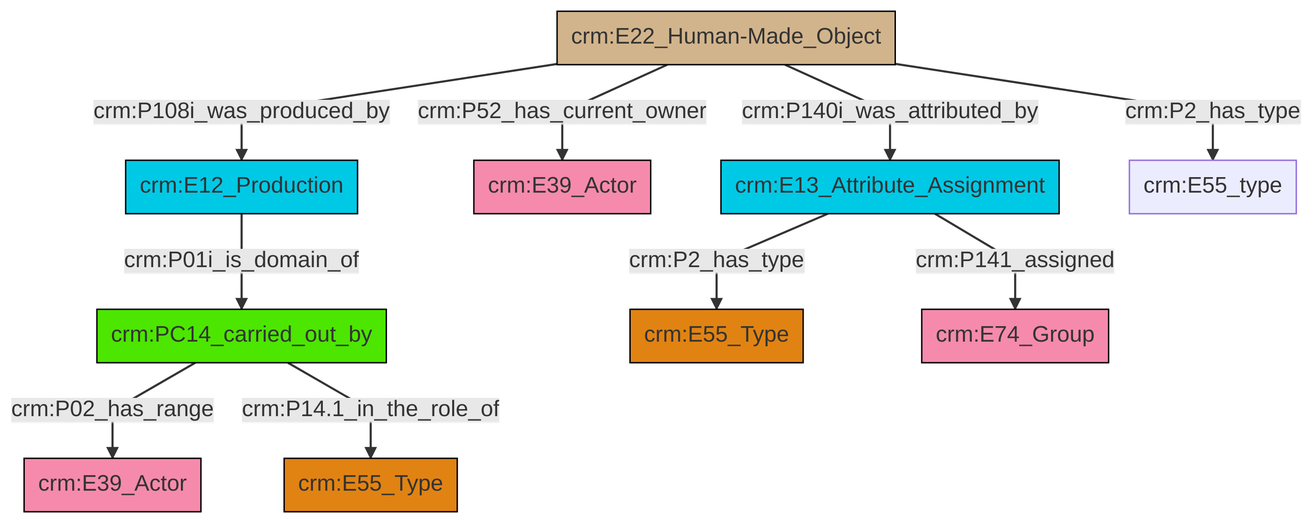
Above: et/builtWorkCSV/ttl/mmd/png/Built_Work_actor_relations.png in swiss-art-research-net/reference-data-models (Mermaid), before the change. Its source is kept beside it as et/builtWorkCSV/ttl/mmd/Built_Work_actor_relations.ttl.mmd.
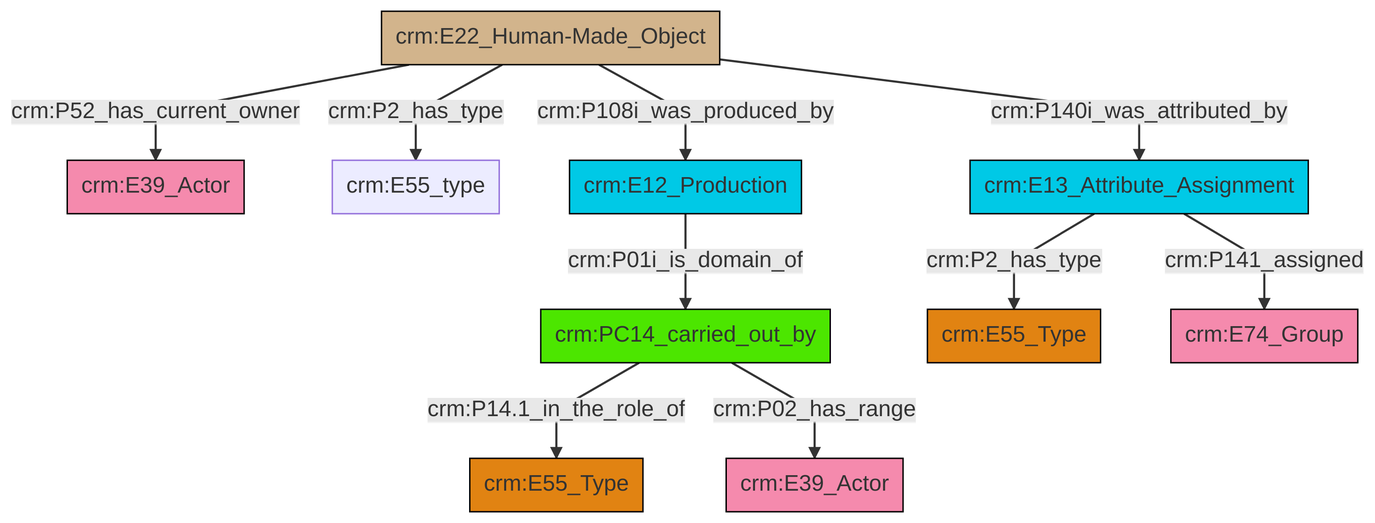
After the commit.

What changed in the source:
```diff
@@ -13,12 +13,12 @@
 classDef PC_Classes fill:#4ce600, stroke:#000000;
 classDef Multi fill:#cccccc,stroke:#000000;
 
-4["crm:E22_Human-Made_Object"]:::Physical_Thing -->|crm:P140i_was_attributed_by| 10["crm:E13_Attribute_Assignment"]:::Temporal_Entity
-4["crm:E22_Human-Made_Object"]:::Physical_Thing -->|crm:P108i_was_produced_by| 6["crm:E12_Production"]:::Temporal_Entity
-4["crm:E22_Human-Made_Object"]:::Physical_Thing -->|crm:P52_has_current_owner| 8["crm:E39_Actor"]:::Actor
-10["crm:E13_Attribute_Assignment"]:::Temporal_Entity -->|crm:P141_assigned| 16["crm:E74_Group"]:::Actor
-0["crm:PC14_carried_out_by"]:::PC_Classes -->|crm:P02_has_range| 2["crm:E39_Actor"]:::Actor
-10["crm:E13_Attribute_Assignment"]:::Temporal_Entity -->|crm:P2_has_type| 13["crm:E55_Type"]:::Type
-6["crm:E12_Production"]:::Temporal_Entity -->|crm:P01i_is_domain_of| 0["crm:PC14_carried_out_by"]:::PC_Classes
-4["crm:E22_Human-Made_Object"]:::Physical_Thing -->|crm:P2_has_type| 18["crm:E55_type"]:::Default
-0["crm:PC14_carried_out_by"]:::PC_Classes -->|crm:P14.1_in_the_role_of| 11["crm:E55_Type"]:::Type
+2["crm:E13_Attribute_Assignment"]:::Temporal_Entity -->|crm:P2_has_type| 0["crm:E55_Type"]:::Type
+3["crm:E22_Human-Made_Object"]:::Physical_Thing -->|crm:P52_has_current_owner| 5["crm:E39_Actor"]:::Actor
+7["crm:PC14_carried_out_by"]:::PC_Classes -->|crm:P14.1_in_the_role_of| 8["crm:E55_Type"]:::Type
+7["crm:PC14_carried_out_by"]:::PC_Classes -->|crm:P02_has_range| 9["crm:E39_Actor"]:::Actor
+3["crm:E22_Human-Made_Object"]:::Physical_Thing -->|crm:P2_has_type| 11["crm:E55_type"]:::Default
+3["crm:E22_Human-Made_Object"]:::Physical_Thing -->|crm:P108i_was_produced_by| 14["crm:E12_Production"]:::Temporal_Entity
+2["crm:E13_Attribute_Assignment"]:::Temporal_Entity -->|crm:P141_assigned| 12["crm:E74_Group"]:::Actor
+14["crm:E12_Production"]:::Temporal_Entity -->|crm:P01i_is_domain_of| 7["crm:PC14_carried_out_by"]:::PC_Classes
+3["crm:E22_Human-Made_Object"]:::Physical_Thing -->|crm:P140i_was_attributed_by| 2["crm:E13_Attribute_Assignment"]:::Temporal_Entity
```
